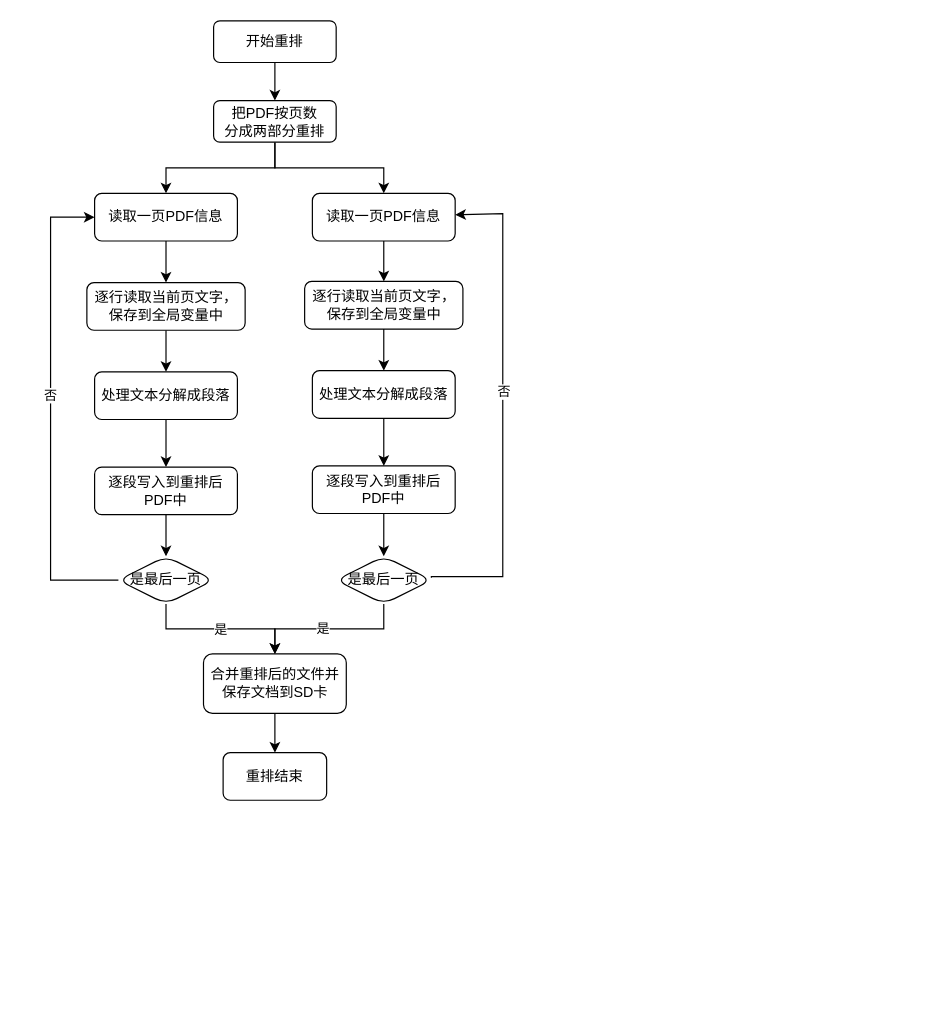
Earlier version of the draw.io diagram 两栖手写.drawio (xubinlu/android-journey). Source tidied: cells renumbered, new cells numbered last; positions are measured from the earlier drawing's top-left corner, leaving out a move shared by most shapes. Both pictures are drawn from the tidied source at 119%, with x=0, y=0 at pixel (50, 20).
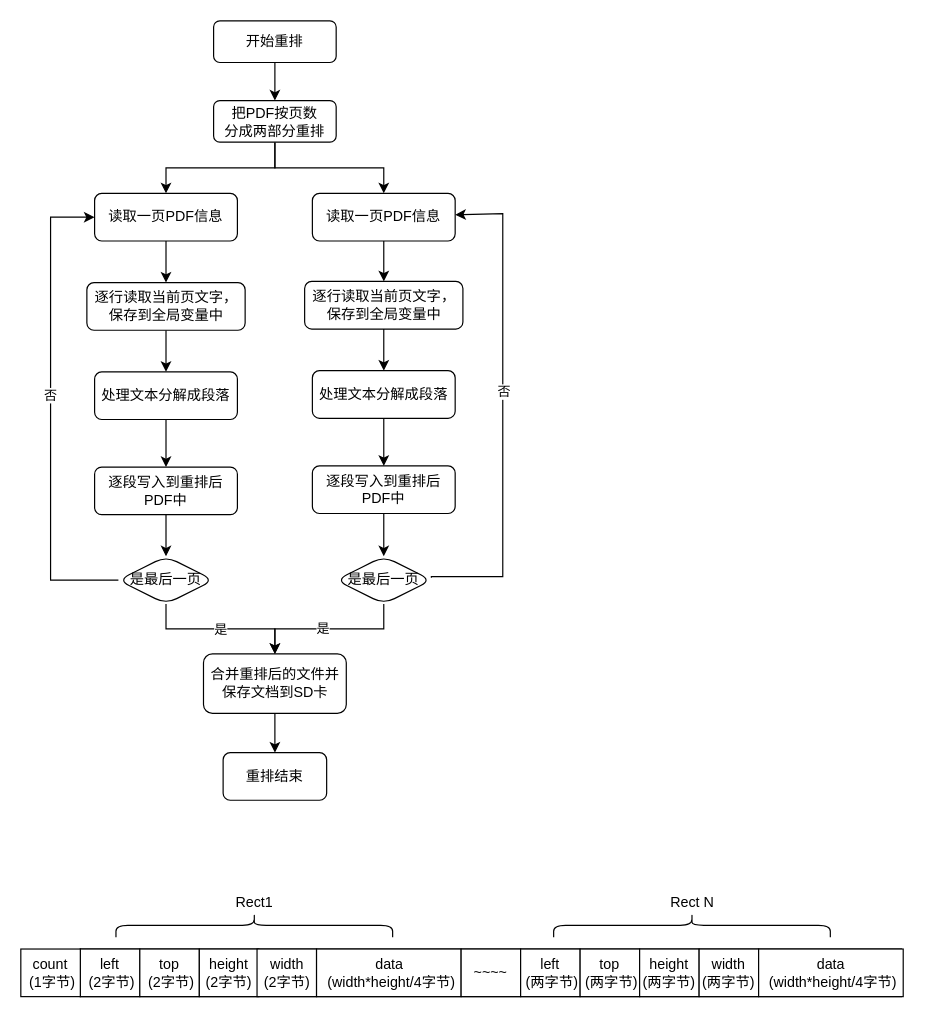
The same diagram, later.

Commit message:
更新两栖手写.drawio

The edit, as a diff of the source:
```diff
@@
+    <mxCell id="36" style="rounded=0;whiteSpace=wrap;html=1;" parent="1" vertex="1">
+      <mxGeometry x="25" y="780" width="690" height="40" as="geometry" />
+    </mxCell>
+    <mxCell id="37" value="left&lt;div&gt;&amp;nbsp;(2字节)&lt;/div&gt;" style="rounded=0;whiteSpace=wrap;html=1;" parent="1" vertex="1">
+      <mxGeometry x="25" y="780" width="50" height="40" as="geometry" />
+    </mxCell>
+    <mxCell id="38" value="top&lt;div&gt;&amp;nbsp;(2字节)&lt;/div&gt;" style="rounded=0;whiteSpace=wrap;html=1;" parent="1" vertex="1">
+      <mxGeometry x="75" y="780" width="50" height="40" as="geometry" />
+    </mxCell>
+    <mxCell id="39" value="height&lt;div&gt;(2字节)&lt;/div&gt;" style="rounded=0;whiteSpace=wrap;html=1;" parent="1" vertex="1">
+      <mxGeometry x="125" y="780" width="50" height="40" as="geometry" />
+    </mxCell>
+    <mxCell id="40" value="width&lt;div&gt;(2字节)&lt;/div&gt;" style="rounded=0;whiteSpace=wrap;html=1;" parent="1" vertex="1">
+      <mxGeometry x="173.5" y="780" width="50" height="40" as="geometry" />
+    </mxCell>
+    <mxCell id="41" value="data&lt;div&gt;&amp;nbsp;(width*&lt;span style=&quot;background-color: initial;&quot;&gt;height/4&lt;/span&gt;&lt;span style=&quot;background-color: initial;&quot;&gt;字节)&lt;/span&gt;&lt;/div&gt;" style="rounded=0;whiteSpace=wrap;html=1;" parent="1" vertex="1">
+      <mxGeometry x="223.5" y="780" width="121.5" height="40" as="geometry" />
+    </mxCell>
+    <mxCell id="42" value="~~~~" style="rounded=0;whiteSpace=wrap;html=1;" parent="1" vertex="1">
+      <mxGeometry x="345" y="780" width="50" height="40" as="geometry" />
+    </mxCell>
+    <mxCell id="43" value="left&lt;div&gt;&amp;nbsp;(两字节)&lt;/div&gt;" style="rounded=0;whiteSpace=wrap;html=1;" parent="1" vertex="1">
+      <mxGeometry x="395" y="780" width="50" height="40" as="geometry" />
+    </mxCell>
+    <mxCell id="44" value="top&lt;div&gt;&amp;nbsp;(两字节)&lt;/div&gt;" style="rounded=0;whiteSpace=wrap;html=1;" parent="1" vertex="1">
+      <mxGeometry x="445" y="780" width="50" height="40" as="geometry" />
+    </mxCell>
+    <mxCell id="45" value="height&lt;div&gt;(两字节)&lt;/div&gt;" style="rounded=0;whiteSpace=wrap;html=1;" parent="1" vertex="1">
+      <mxGeometry x="495" y="780" width="50" height="40" as="geometry" />
+    </mxCell>
+    <mxCell id="46" value="width&lt;div&gt;(两字节)&lt;/div&gt;" style="rounded=0;whiteSpace=wrap;html=1;" parent="1" vertex="1">
+      <mxGeometry x="545" y="780" width="50" height="40" as="geometry" />
+    </mxCell>
+    <mxCell id="47" value="data&lt;div&gt;&amp;nbsp;(width*&lt;span style=&quot;background-color: initial;&quot;&gt;height/4&lt;/span&gt;&lt;span style=&quot;background-color: initial;&quot;&gt;字节)&lt;/span&gt;&lt;/div&gt;" style="rounded=0;whiteSpace=wrap;html=1;" parent="1" vertex="1">
+      <mxGeometry x="595" y="780" width="121.5" height="40" as="geometry" />
+    </mxCell>
+    <mxCell id="48" style="shape=curlyBracket;whiteSpace=wrap;html=1;rounded=1;flipH=1;labelPosition=right;verticalLabelPosition=middle;align=left;verticalAlign=middle;rotation=-90;" parent="1" vertex="1">
+      <mxGeometry x="161.2" y="643.8" width="20" height="232.5" as="geometry" />
+    </mxCell>
+    <mxCell id="49" style="shape=curlyBracket;whiteSpace=wrap;html=1;rounded=1;flipH=1;labelPosition=right;verticalLabelPosition=middle;align=left;verticalAlign=middle;rotation=-90;" parent="1" vertex="1">
+      <mxGeometry x="529" y="643.8" width="20" height="232.5" as="geometry" />
+    </mxCell>
+    <mxCell id="50" value="Rect1" style="text;html=1;align=center;verticalAlign=middle;strokeColor=none;fillColor=none;" parent="1" vertex="1">
+      <mxGeometry x="146.2" y="726" width="50" height="30" as="geometry" />
+    </mxCell>
+    <mxCell id="51" value="Rect N" style="text;html=1;align=center;verticalAlign=middle;strokeColor=none;fillColor=none;" parent="1" vertex="1">
+      <mxGeometry x="509" y="726" width="60" height="30" as="geometry" />
+    </mxCell>
+    <mxCell id="52" value="&lt;div&gt;count&lt;/div&gt;&lt;div&gt;&amp;nbsp;(1字节)&lt;/div&gt;" style="rounded=0;whiteSpace=wrap;html=1;" parent="1" vertex="1">
+      <mxGeometry x="-25" y="780" width="50" height="40" as="geometry" />
+    </mxCell>
```
